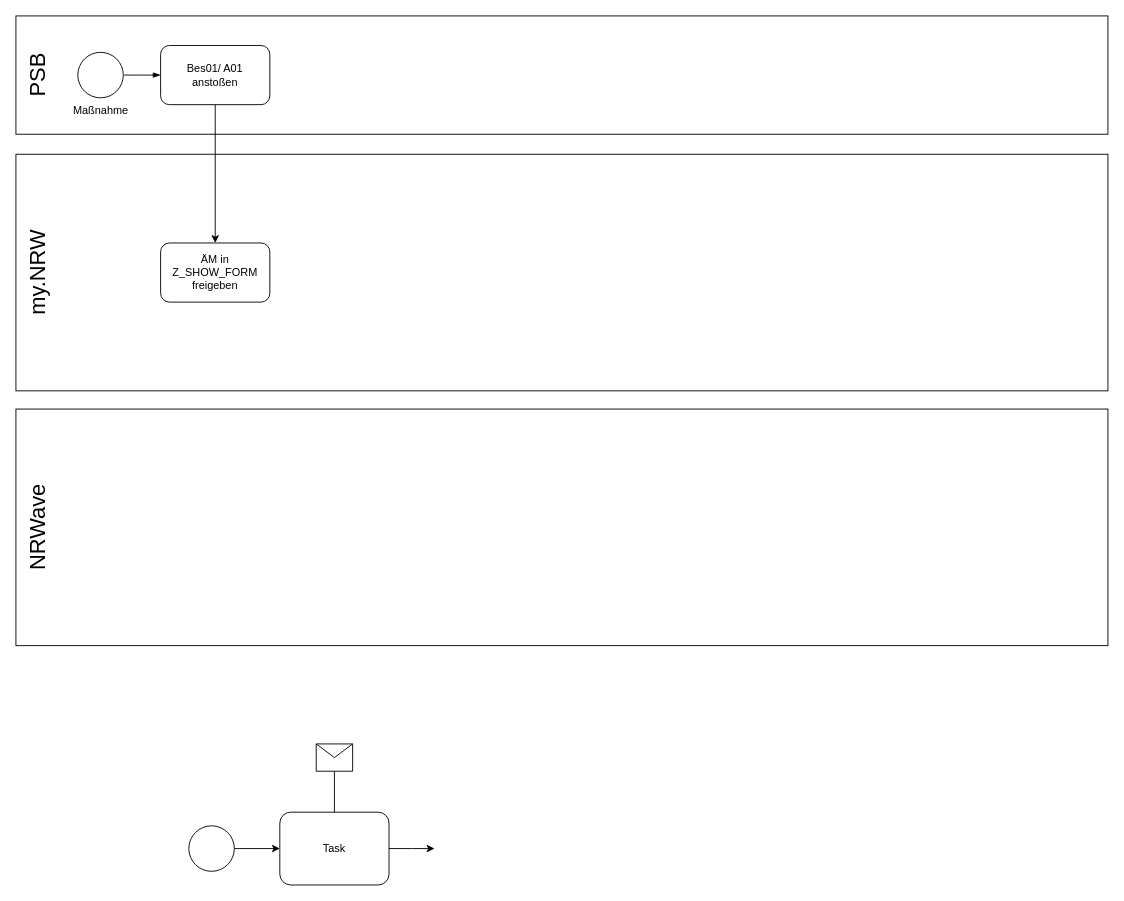
Fa8io/Sequenzdiagramm keeps this draw.io diagram as Unbenanntes Diagramm.drawio. Above is the earlier version. Source tidied: cells renumbered, new cells numbered last; positions are measured from the earlier drawing's top-left corner, leaving out a move shared by most shapes. Both pictures are drawn from the tidied source at 91%, with x=0, y=0 at pixel (-39, 15).
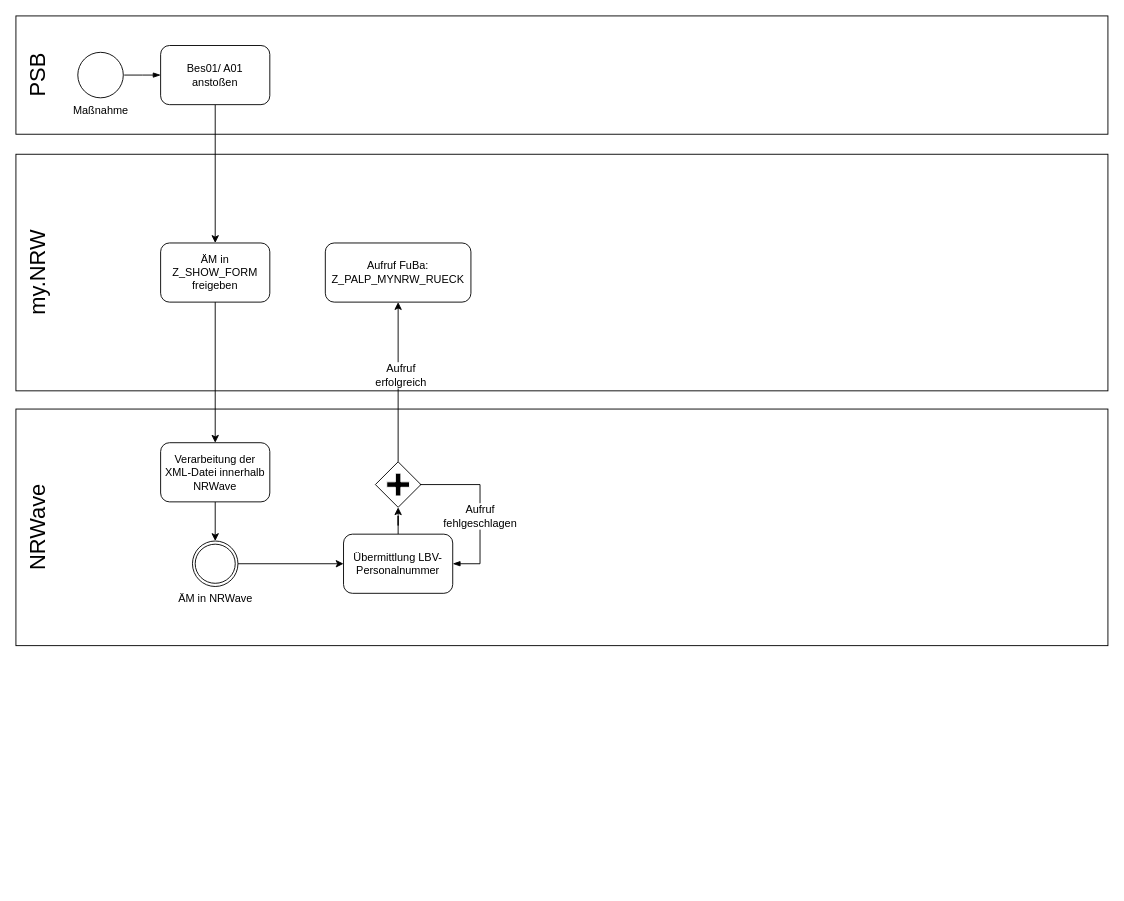
Above is the later version.

The change refers to these unchanged cells:
```xml
<mxCell id="18" value="ÄM in Z_SHOW_FORM freigeben" style="shape=ext;rounded=1;html=1;whiteSpace=wrap;" parent="1" vertex="1">
  <mxGeometry x="219" y="249.5" width="120" height="65" as="geometry" />
</mxCell>
```

What changed in the source:
```diff
@@
-    <mxCell id="2" style="shape=mxgraph.bpmn.shape;html=1;verticalLabelPosition=bottom;labelBackgroundColor=#ffffff;verticalAlign=top;perimeter=ellipsePerimeter;outline=standard;symbol=general;" parent="1" vertex="1">
-      <mxGeometry x="250" y="890" width="50" height="50" as="geometry" />
-    </mxCell>
-    <mxCell id="3" value="Task" style="shape=ext;rounded=1;html=1;whiteSpace=wrap;" parent="1" vertex="1">
-      <mxGeometry x="350" y="875" width="120" height="80" as="geometry" />
-    </mxCell>
-    <mxCell id="4" style="shape=message;whiteSpace=wrap;html=1;" parent="1" vertex="1">
-      <mxGeometry x="390" y="800" width="40" height="30" as="geometry" />
-    </mxCell>
-    <mxCell id="5" style="edgeStyle=orthogonalEdgeStyle;rounded=0;html=1;jettySize=auto;" parent="1" edge="1" source="2" target="3">
-      <mxGeometry relative="1" as="geometry" />
-    </mxCell>
-    <mxCell id="6" style="edgeStyle=orthogonalEdgeStyle;rounded=0;html=1;jettySize=auto;endArrow=none;endFill=0;" parent="1" edge="1" source="4" target="3">
-      <mxGeometry relative="1" as="geometry" />
-    </mxCell>
-    <mxCell id="7" style="edgeStyle=orthogonalEdgeStyle;rounded=0;html=1;jettySize=auto;" parent="1" edge="1" source="3">
-      <mxGeometry relative="1" as="geometry">
-        <mxPoint x="520" y="915" as="targetPoint" />
-      </mxGeometry>
-    </mxCell>
@@
+    <mxCell id="19" style="edgeStyle=orthogonalEdgeStyle;rounded=0;jettySize=auto;html=1;entryX=0.5;entryY=0;entryDx=0;entryDy=0;" parent="1" edge="1" source="20" target="21">
+      <mxGeometry relative="1" as="geometry" />
+    </mxCell>
+    <mxCell id="20" value="Verarbeitung der XML-Datei innerhalb NRWave" style="shape=ext;rounded=1;html=1;whiteSpace=wrap;" parent="1" vertex="1">
+      <mxGeometry x="219" y="469" width="120" height="65" as="geometry" />
+    </mxCell>
+    <mxCell id="21" value="ÄM in NRWave" style="shape=mxgraph.bpmn.shape;html=1;verticalLabelPosition=bottom;labelBackgroundColor=#ffffff;verticalAlign=top;perimeter=ellipsePerimeter;outline=standard;symbol=general;" parent="1" vertex="1">
+      <mxGeometry x="254" y="577" width="50" height="50" as="geometry" />
+    </mxCell>
+    <mxCell id="22" style="shape=mxgraph.bpmn.shape;html=1;verticalLabelPosition=bottom;labelBackgroundColor=#ffffff;verticalAlign=top;perimeter=ellipsePerimeter;outline=standard;symbol=general;" parent="1" vertex="1">
+      <mxGeometry x="257" y="580.5" width="44" height="43" as="geometry" />
+    </mxCell>
+    <mxCell id="23" style="edgeStyle=orthogonalEdgeStyle;rounded=0;jettySize=auto;html=1;entryX=0.5;entryY=0;entryDx=0;entryDy=0;" parent="1" edge="1" source="18" target="20">
+      <mxGeometry relative="1" as="geometry" />
+    </mxCell>
+    <mxCell id="24" style="edgeStyle=orthogonalEdgeStyle;rounded=0;jettySize=auto;html=1;entryX=0.5;entryY=1;entryDx=0;entryDy=0;" parent="1" edge="1" source="25" target="29">
+      <mxGeometry relative="1" as="geometry" />
+    </mxCell>
+    <mxCell id="25" value="Übermittlung LBV-Personalnummer" style="shape=ext;rounded=1;html=1;whiteSpace=wrap;" parent="1" vertex="1">
+      <mxGeometry x="420" y="569.5" width="120" height="65" as="geometry" />
+    </mxCell>
+    <mxCell id="26" style="edgeStyle=orthogonalEdgeStyle;rounded=0;jettySize=auto;html=1;entryX=0;entryY=0.5;entryDx=0;entryDy=0;" parent="1" edge="1" source="21" target="25">
+      <mxGeometry relative="1" as="geometry" />
+    </mxCell>
+    <mxCell id="27" style="edgeStyle=orthogonalEdgeStyle;rounded=0;jettySize=auto;html=1;entryX=0.5;entryY=1;entryDx=0;entryDy=0;" parent="1" edge="1" source="29" target="31">
+      <mxGeometry relative="1" as="geometry" />
+    </mxCell>
+    <mxCell id="28" value="&lt;font style=&quot;font-size: 12px;&quot;&gt;Aufruf&lt;/font&gt;&lt;div style=&quot;font-size: 12px;&quot;&gt;&lt;font style=&quot;font-size: 12px;&quot;&gt;erfolgreich&lt;/font&gt;&lt;/div&gt;" style="edgeLabel;html=1;align=center;verticalAlign=middle;" parent="27" vertex="1">
+      <mxGeometry x="0.09" y="-2" relative="1" as="geometry" />
+    </mxCell>
+    <mxCell id="29" style="shape=mxgraph.bpmn.shape;html=1;verticalLabelPosition=bottom;labelBackgroundColor=#ffffff;verticalAlign=top;perimeter=rhombusPerimeter;background=gateway;outline=none;symbol=parallelGw;" parent="1" vertex="1">
+      <mxGeometry x="455" y="490" width="50" height="50" as="geometry" />
+    </mxCell>
+    <mxCell id="30" value="Aufruf&lt;div&gt;fehlgeschlagen&lt;/div&gt;" style="edgeStyle=elbowEdgeStyle;fontSize=12;html=1;endArrow=blockThin;endFill=1;rounded=0;entryX=1;entryY=0.5;entryDx=0;entryDy=0;" parent="1" edge="1" target="25">
+      <mxGeometry x="0.1" relative="1" as="geometry">
+        <mxPoint x="504" y="515" as="sourcePoint" />
+        <Array as="points">
+          <mxPoint x="570" y="560" />
+        </Array>
+      </mxGeometry>
+    </mxCell>
+    <mxCell id="31" value="Aufruf FuBa: Z_PALP_MYNRW_RUECK" style="shape=ext;rounded=1;html=1;whiteSpace=wrap;" parent="1" vertex="1">
+      <mxGeometry x="400" y="249.5" width="160" height="65" as="geometry" />
+    </mxCell>
```
